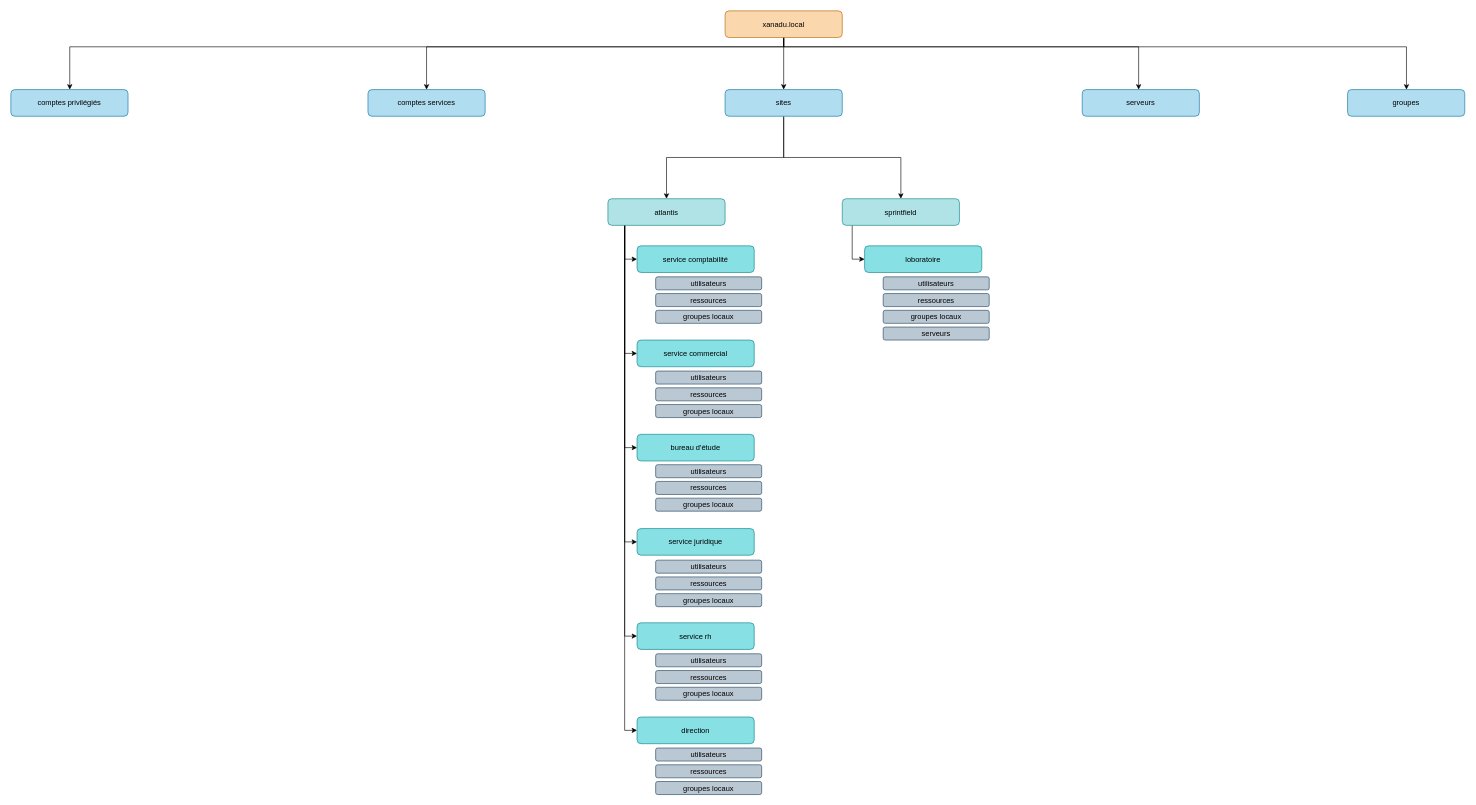
RobinNoiret/school-fisa3-administration_si keeps this draw.io diagram as L1-annuaire_ad.drawio. Above is the earlier version. Source tidied: cells renumbered, new cells numbered last; positions are measured from the earlier drawing's top-left corner, leaving out a move shared by most shapes. Both pictures are drawn from the tidied source at 62%, with x=0, y=0 at pixel (11, 11).
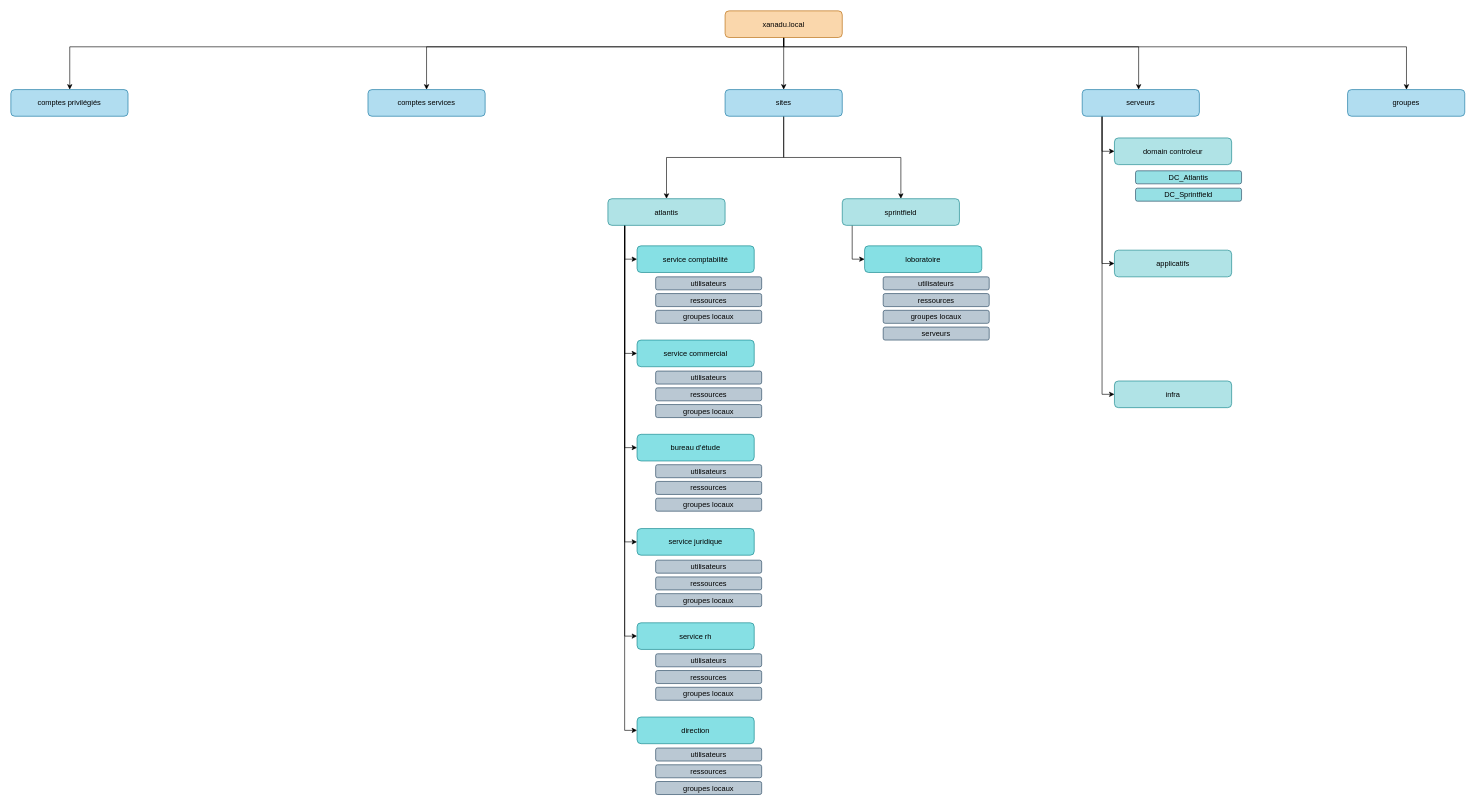
Above is the later version.

Unchanged cells that the change refers to:
```xml
<mxCell id="11" value="serveurs" style="rounded=1;whiteSpace=wrap;html=1;fillColor=#b1ddf0;strokeColor=#10739e;" parent="1" vertex="1">
  <mxGeometry x="1728" y="127" width="189" height="43" as="geometry" />
</mxCell>
```

What changed in the source:
```diff
@@
+    <mxCell id="53" style="edgeStyle=orthogonalEdgeStyle;rounded=0;jettySize=auto;html=1;entryX=0;entryY=0.5;entryDx=0;entryDy=0;" parent="1" edge="1" source="11" target="56">
+      <mxGeometry relative="1" as="geometry">
+        <Array as="points">
+          <mxPoint x="1760" y="227" />
+        </Array>
+      </mxGeometry>
+    </mxCell>
+    <mxCell id="54" style="edgeStyle=orthogonalEdgeStyle;rounded=0;jettySize=auto;html=1;entryX=0;entryY=0.5;entryDx=0;entryDy=0;" parent="1" edge="1" source="11" target="57">
+      <mxGeometry relative="1" as="geometry">
+        <Array as="points">
+          <mxPoint x="1760" y="407" />
+        </Array>
+      </mxGeometry>
+    </mxCell>
+    <mxCell id="55" style="edgeStyle=orthogonalEdgeStyle;rounded=0;jettySize=auto;html=1;entryX=0;entryY=0.5;entryDx=0;entryDy=0;" parent="1" edge="1" source="11" target="58">
+      <mxGeometry relative="1" as="geometry">
+        <Array as="points">
+          <mxPoint x="1760" y="619" />
+        </Array>
+      </mxGeometry>
+    </mxCell>
@@
+    <mxCell id="56" value="domain controleur" style="rounded=1;whiteSpace=wrap;html=1;fillColor=#b0e3e6;strokeColor=#0e8088;" parent="1" vertex="1">
+      <mxGeometry x="1780" y="205" width="189" height="43" as="geometry" />
+    </mxCell>
+    <mxCell id="57" value="applicatifs" style="rounded=1;whiteSpace=wrap;html=1;fillColor=#b0e3e6;strokeColor=#0e8088;" parent="1" vertex="1">
+      <mxGeometry x="1780" y="386" width="189" height="43" as="geometry" />
+    </mxCell>
+    <mxCell id="58" value="infra" style="rounded=1;whiteSpace=wrap;html=1;fillColor=#b0e3e6;strokeColor=#0e8088;" parent="1" vertex="1">
+      <mxGeometry x="1780" y="597" width="189" height="43" as="geometry" />
+    </mxCell>
+    <mxCell id="59" value="DC_Atlantis" style="rounded=1;whiteSpace=wrap;html=1;fillColor=light-dark(#96e0e4, #39454e);strokeColor=#23445d;" parent="1" vertex="1">
+      <mxGeometry x="1814" y="258" width="171" height="21" as="geometry" />
+    </mxCell>
+    <mxCell id="60" value="DC_Sprintfield" style="rounded=1;whiteSpace=wrap;html=1;fillColor=light-dark(#96e0e4, #39454e);strokeColor=#23445d;" parent="1" vertex="1">
+      <mxGeometry x="1814" y="286" width="171" height="21" as="geometry" />
+    </mxCell>
```
